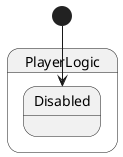
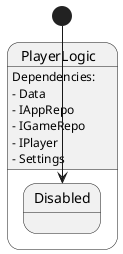
@startuml PlayerLogic
state PlayerLogic {
  state Disabled
}

[*] --> Disabled
+ 
+ PlayerLogic : Dependencies:
+ PlayerLogic : - Data
+ PlayerLogic : - IAppRepo
+ PlayerLogic : - IGameRepo
+ PlayerLogic : - IPlayer
+ PlayerLogic : - Settings
@enduml